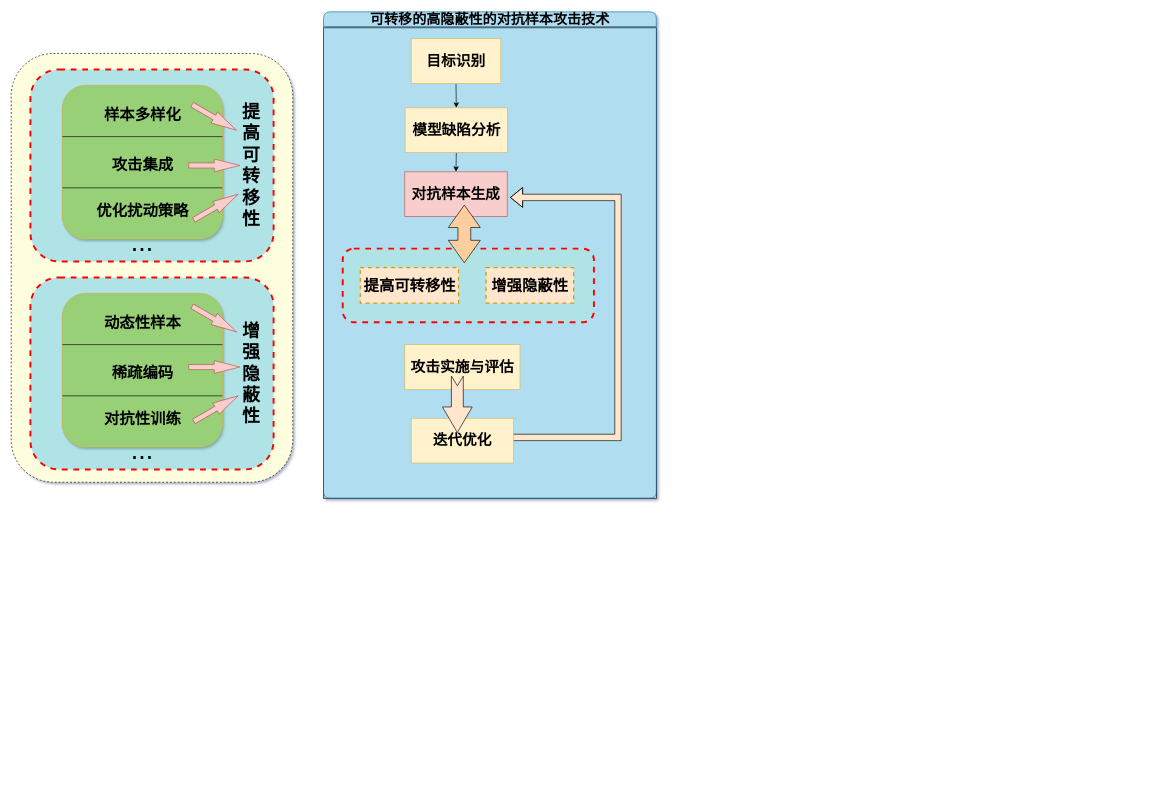
The draw.io diagram 对抗攻击.drawio in Stefan-Beauchamp/hello-world, before the edit. Source tidied: cells renumbered, new cells numbered last; positions are measured from the earlier drawing's top-left corner, leaving out a move shared by most shapes. Both pictures are drawn from the tidied source at 64%, with x=0, y=0 at pixel (11, 12).
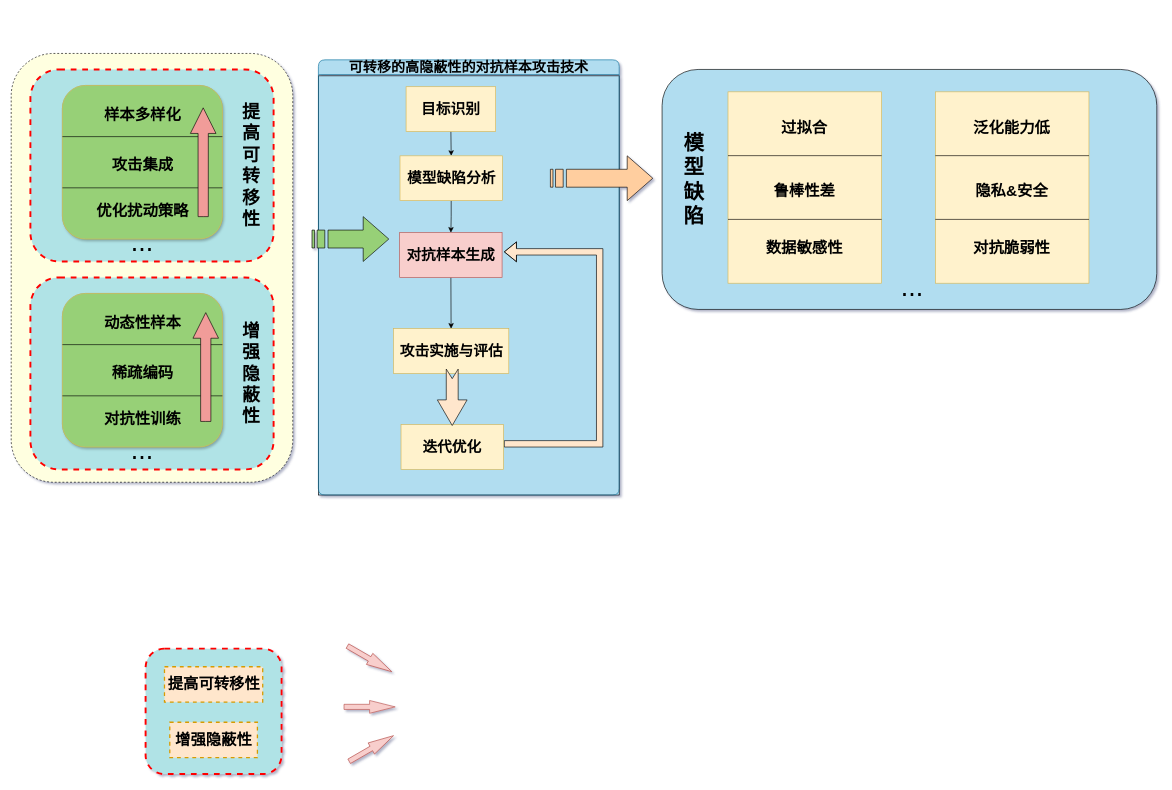
Above is the later version.

Commit message (it also covers changes not shown here):
更新对抗攻击.drawio

Unchanged cells that the change refers to:
```xml
<mxCell id="18" style="group;fillColor=#d5e8d4;strokeColor=#82b366;rounded=1;shadow=1;" parent="1" vertex="1">
  <mxGeometry x="80" y="115" width="250" height="240" as="geometry" />
</mxCell>
<mxCell id="30" style="group;fillColor=#d5e8d4;strokeColor=#82b366;rounded=1;shadow=1;" parent="1" vertex="1">
  <mxGeometry x="80" y="440" width="250" height="240" as="geometry" />
</mxCell>
```

Change to the diagram source:
```diff
@@
     <mxCell id="2" style="rounded=0;whiteSpace=wrap;html=1;fillColor=#B1DDF0;" parent="1" vertex="1">
-      <mxGeometry x="488" y="25" width="520" height="735" as="geometry" />
+      <mxGeometry x="480" y="100" width="470" height="655" as="geometry" />
     </mxCell>
     <mxCell id="3" value="&lt;font style=&quot;font-size: 22px;&quot;&gt;可转移的高隐蔽性的对抗样本攻击技术&lt;/font&gt;" style="swimlane;whiteSpace=wrap;html=1;fillColor=#B1DDF0;strokeColor=#10739e;swimlaneFillColor=none;rounded=1;labelBackgroundColor=none;" parent="1" vertex="1">
-      <mxGeometry x="488" width="520" height="760" as="geometry" />
+      <mxGeometry x="480" y="75" width="470" height="680" as="geometry" />
     </mxCell>
     <mxCell id="4" style="group;" parent="3" vertex="1">
-      <mxGeometry x="122.5" y="105" width="355.5" height="590" as="geometry" />
+      <mxGeometry x="122.5" y="105" width="407.5" height="590" as="geometry" />
     </mxCell>
@@
+    <mxCell id="46" style="rounded=0;jettySize=auto;html=1;exitX=0.5;exitY=1;exitDx=0;exitDy=0;" parent="4" edge="1" source="9" target="10">
+      <mxGeometry relative="1" as="geometry" />
+    </mxCell>
     <mxCell id="9" value="&lt;span style=&quot;font-size: 23px;&quot;&gt;&lt;b&gt;对抗样本生成&lt;/b&gt;&lt;/span&gt;" style="rounded=0;whiteSpace=wrap;html=1;fillColor=#f8cecc;strokeColor=#b85450;" parent="4" vertex="1">
-      <mxGeometry x="4.5" y="145" width="160" height="70" as="geometry" />
+      <mxGeometry x="4.5" y="165" width="160" height="70" as="geometry" />
     </mxCell>
     <mxCell id="10" value="&lt;span style=&quot;font-size: 23px;&quot;&gt;&lt;b&gt;攻击实施与评估&lt;/b&gt;&lt;/span&gt;" style="rounded=0;whiteSpace=wrap;html=1;fillColor=#fff2cc;strokeColor=#d6b656;" parent="4" vertex="1">
-      <mxGeometry x="4.5" y="415" width="180" height="70" as="geometry" />
+      <mxGeometry x="-5" y="315" width="180" height="70" as="geometry" />
     </mxCell>
     <mxCell id="11" style="edgeStyle=orthogonalEdgeStyle;rounded=0;orthogonalLoop=1;jettySize=auto;html=1;shape=flexArrow;fillColor=#FFE6CC;" parent="4" edge="1">
       <mxGeometry relative="1" as="geometry">
-        <mxPoint x="159.1" y="560" as="sourcePoint" />
-        <mxPoint x="169.1" y="185" as="targetPoint" />
+        <mxPoint x="167.5" y="495" as="sourcePoint" />
+        <mxPoint x="167.5" y="195" as="targetPoint" />
         <Array as="points">
-          <mxPoint x="337.6" y="560" />
-          <mxPoint x="337.6" y="185" />
-          <mxPoint x="146.6" y="185" />
+          <mxPoint x="168" y="495" />
+          <mxPoint x="317" y="495" />
+          <mxPoint x="317" y="195" />
         </Array>
       </mxGeometry>
     </mxCell>
     <mxCell id="12" value="&lt;span style=&quot;font-size: 23px;&quot;&gt;&lt;b&gt;迭代优化&lt;/b&gt;&lt;/span&gt;" style="rounded=0;whiteSpace=wrap;html=1;fillColor=#fff2cc;strokeColor=#d6b656;" parent="4" vertex="1">
-      <mxGeometry x="14.5" y="530" width="160" height="70" as="geometry" />
+      <mxGeometry x="6.6" y="465" width="160" height="70" as="geometry" />
     </mxCell>
     <mxCell id="13" style="html=1;shadow=0;dashed=0;align=center;verticalAlign=middle;shape=mxgraph.arrows2.arrow;dy=0.6;dx=40;notch=15;rotation=90;fillColor=#FFE6CC;" parent="4" vertex="1">
-      <mxGeometry x="42.5" y="485" width="88.2" height="46.5" as="geometry" />
+      <mxGeometry x="42.5" y="399" width="88.2" height="46.5" as="geometry" />
     </mxCell>
+    <mxCell id="47" style="html=1;shadow=0;dashed=0;align=center;verticalAlign=middle;shape=mxgraph.arrows2.stripedArrow;dy=0.6;dx=40;notch=25;fillColor=#FFCE9F;" parent="4" vertex="1">
+      <mxGeometry x="240" y="45" width="160" height="70" as="geometry" />
+    </mxCell>
+    <mxCell id="48" style="html=1;shadow=0;dashed=0;align=center;verticalAlign=middle;shape=mxgraph.arrows2.stripedArrow;dy=0.6;dx=40;notch=25;fillColor=#97D077;" parent="3" vertex="1">
+      <mxGeometry x="-10" y="245" width="120" height="70" as="geometry" />
+    </mxCell>
@@
-    <mxCell id="25" style="html=1;shadow=0;dashed=0;align=center;verticalAlign=middle;shape=mxgraph.arrows2.arrow;dy=0.6;dx=40;direction=north;notch=0;fillColor=#f8cecc;strokeColor=#b85450;rotation=120;" parent="18" vertex="1">
-      <mxGeometry x="227.3" y="10" width="20" height="80" as="geometry" />
-    </mxCell>
-    <mxCell id="26" style="html=1;shadow=0;dashed=0;align=center;verticalAlign=middle;shape=mxgraph.arrows2.arrow;dy=0.6;dx=40;direction=north;notch=0;fillColor=#f8cecc;strokeColor=#b85450;rotation=90;" parent="18" vertex="1">
-      <mxGeometry x="227.3" y="85" width="20" height="80" as="geometry" />
-    </mxCell>
+    <mxCell id="49" style="html=1;shadow=0;dashed=0;align=center;verticalAlign=middle;shape=mxgraph.arrows2.arrow;dy=0.6;dx=40;direction=north;notch=0;fillColor=#F19C99;" parent="18" vertex="1">
+      <mxGeometry x="200" y="35" width="40" height="170" as="geometry" />
+    </mxCell>
@@
-    <mxCell id="37" style="html=1;shadow=0;dashed=0;align=center;verticalAlign=middle;shape=mxgraph.arrows2.arrow;dy=0.6;dx=40;direction=north;notch=0;fillColor=#f8cecc;strokeColor=#b85450;rotation=120;" parent="30" vertex="1">
-      <mxGeometry x="227.3" width="20" height="80" as="geometry" />
-    </mxCell>
-    <mxCell id="38" style="html=1;shadow=0;dashed=0;align=center;verticalAlign=middle;shape=mxgraph.arrows2.arrow;dy=0.6;dx=40;direction=north;notch=0;fillColor=#f8cecc;strokeColor=#b85450;rotation=90;" parent="30" vertex="1">
-      <mxGeometry x="227.3" y="75" width="20" height="80" as="geometry" />
-    </mxCell>
-    <mxCell id="39" style="html=1;shadow=0;dashed=0;align=center;verticalAlign=middle;shape=mxgraph.arrows2.arrow;dy=0.6;dx=40;direction=north;notch=0;fillColor=#f8cecc;strokeColor=#b85450;rotation=60;" parent="30" vertex="1">
-      <mxGeometry x="230" y="140" width="20" height="80" as="geometry" />
-    </mxCell>
-    <mxCell id="40" style="group;" parent="1" vertex="1">
-      <mxGeometry x="518" y="370" width="392.5" height="115" as="geometry" />
-    </mxCell>
+    <mxCell id="50" style="html=1;shadow=0;dashed=0;align=center;verticalAlign=middle;shape=mxgraph.arrows2.arrow;dy=0.6;dx=40;direction=north;notch=0;fillColor=#F19C99;" parent="30" vertex="1">
+      <mxGeometry x="204" y="30" width="40" height="170" as="geometry" />
+    </mxCell>
+    <mxCell id="51" style="group;" parent="1" vertex="1">
+      <mxGeometry x="210" y="995" width="212.5" height="196" as="geometry" />
+    </mxCell>
-    <mxCell id="41" style="rounded=1;whiteSpace=wrap;html=1;fillColor=#b0e3e6;strokeColor=#FF0000;dashed=1;strokeWidth=3;" parent="40" vertex="1">
-      <mxGeometry width="392.5" height="115" as="geometry" />
+    <mxCell id="41" style="rounded=1;whiteSpace=wrap;html=1;fillColor=#b0e3e6;strokeColor=#FF0000;dashed=1;strokeWidth=3;" parent="51" vertex="1">
+      <mxGeometry width="212.5" height="196" as="geometry" />
     </mxCell>
+    <mxCell id="43" value="&lt;p class=&quot;MsoNormal&quot;&gt;&lt;span style=&quot;font-family: 微软雅黑;&quot;&gt;&lt;b style=&quot;&quot;&gt;&lt;font style=&quot;font-size: 24px;&quot;&gt;增强隐蔽性&lt;/font&gt;&lt;/b&gt;&lt;/span&gt;&lt;/p&gt;" style="rounded=0;whiteSpace=wrap;html=1;fillColor=#ffe6cc;strokeColor=#d79b00;dashed=1;strokeWidth=2;" parent="51" vertex="1">
+      <mxGeometry x="37.8" y="115" width="136.9" height="55.4" as="geometry" />
+    </mxCell>
-    <mxCell id="42" value="&lt;p class=&quot;MsoNormal&quot;&gt;&lt;span style=&quot;font-family: 微软雅黑;&quot;&gt;&lt;b style=&quot;&quot;&gt;&lt;font style=&quot;font-size: 24px;&quot;&gt;提高可转移性&lt;/font&gt;&lt;/b&gt;&lt;/span&gt;&lt;/p&gt;" style="rounded=0;whiteSpace=wrap;html=1;fillColor=#ffe6cc;strokeColor=#d79b00;dashed=1;strokeWidth=2;" parent="40" vertex="1">
-      <mxGeometry x="27.5" y="29.8" width="153.5" height="55.4" as="geometry" />
+    <mxCell id="42" value="&lt;p class=&quot;MsoNormal&quot;&gt;&lt;span style=&quot;font-family: 微软雅黑;&quot;&gt;&lt;b style=&quot;&quot;&gt;&lt;font style=&quot;font-size: 24px;&quot;&gt;提高可转移性&lt;/font&gt;&lt;/b&gt;&lt;/span&gt;&lt;/p&gt;" style="rounded=0;whiteSpace=wrap;html=1;fillColor=#ffe6cc;strokeColor=#d79b00;dashed=1;strokeWidth=2;" parent="51" vertex="1">
+      <mxGeometry x="29.5" y="28.3" width="153.5" height="55.4" as="geometry" />
     </mxCell>
-    <mxCell id="43" value="&lt;p class=&quot;MsoNormal&quot;&gt;&lt;span style=&quot;font-family: 微软雅黑;&quot;&gt;&lt;b style=&quot;&quot;&gt;&lt;font style=&quot;font-size: 24px;&quot;&gt;增强隐蔽性&lt;/font&gt;&lt;/b&gt;&lt;/span&gt;&lt;/p&gt;" style="rounded=0;whiteSpace=wrap;html=1;fillColor=#ffe6cc;strokeColor=#d79b00;dashed=1;strokeWidth=2;" parent="40" vertex="1">
-      <mxGeometry x="223.9" y="29.8" width="136.9" height="55.4" as="geometry" />
-    </mxCell>
-    <mxCell id="44" style="html=1;shadow=0;dashed=0;align=center;verticalAlign=middle;shape=mxgraph.arrows2.twoWayArrow;dy=0.6;dx=35;rotation=90;fillColor=#FFCE9F;" parent="1" vertex="1">
-      <mxGeometry x="663" y="322" width="90" height="50" as="geometry" />
-    </mxCell>
-    <mxCell id="45" style="html=1;shadow=0;dashed=0;align=center;verticalAlign=middle;shape=mxgraph.arrows2.arrow;dy=0.6;dx=40;direction=north;notch=0;fillColor=#f8cecc;strokeColor=#b85450;rotation=60;" parent="1" vertex="1">
-      <mxGeometry x="310" y="265" width="20" height="80" as="geometry" />
-    </mxCell>
+    <mxCell id="52" style="rounded=1;whiteSpace=wrap;html=1;fillColor=#B1DDF0;" parent="1" vertex="1">
+      <mxGeometry x="1017" y="90" width="773" height="375" as="geometry" />
+    </mxCell>
+    <mxCell id="53" style="group;" parent="1" vertex="1">
+      <mxGeometry x="1120" y="125" width="240" height="299" as="geometry" />
+    </mxCell>
+    <mxCell id="54" style="rounded=0;whiteSpace=wrap;html=1;fillColor=#fff2cc;strokeColor=#d6b656;" parent="53" vertex="1">
+      <mxGeometry width="240" height="299" as="geometry" />
+    </mxCell>
+    <mxCell id="55" value="&lt;b&gt;&lt;font style=&quot;font-size: 24px;&quot;&gt;过拟合&lt;/font&gt;&lt;/b&gt;" style="text;html=1;align=center;verticalAlign=middle;whiteSpace=wrap;rounded=0;" parent="53" vertex="1">
+      <mxGeometry x="31.4" y="24.9" width="177.1" height="64.1" as="geometry" />
+    </mxCell>
+    <mxCell id="56" value="&lt;b&gt;&lt;font style=&quot;font-size: 24px;&quot;&gt;数据敏感性&lt;/font&gt;&lt;/b&gt;" style="text;html=1;align=center;verticalAlign=middle;whiteSpace=wrap;rounded=0;" parent="53" vertex="1">
+      <mxGeometry x="31.4" y="211.8" width="177.1" height="64.1" as="geometry" />
+    </mxCell>
+    <mxCell id="57" style="rounded=0;orthogonalLoop=1;jettySize=auto;html=1;exitX=0;exitY=0.75;exitDx=0;exitDy=0;entryX=1;entryY=0.75;entryDx=0;entryDy=0;endArrow=none;endFill=0;" parent="53" edge="1">
+      <mxGeometry relative="1" as="geometry">
+        <mxPoint y="199.3" as="sourcePoint" />
+        <mxPoint x="240" y="199.3" as="targetPoint" />
+      </mxGeometry>
+    </mxCell>
+    <mxCell id="58" style="rounded=0;orthogonalLoop=1;jettySize=auto;html=1;exitX=0;exitY=0.25;exitDx=0;exitDy=0;entryX=1;entryY=0.25;entryDx=0;entryDy=0;endArrow=none;endFill=0;" parent="53" edge="1">
+      <mxGeometry relative="1" as="geometry">
+        <mxPoint y="99.7" as="sourcePoint" />
+        <mxPoint x="240" y="99.7" as="targetPoint" />
+      </mxGeometry>
+    </mxCell>
+    <mxCell id="59" value="&lt;b&gt;&lt;font style=&quot;font-size: 24px;&quot;&gt;鲁棒性差&lt;/font&gt;&lt;/b&gt;" style="text;html=1;align=center;verticalAlign=middle;whiteSpace=wrap;rounded=0;" parent="53" vertex="1">
+      <mxGeometry x="31.4" y="137" width="177.1" height="37.4" as="geometry" />
+    </mxCell>
+    <mxCell id="60" style="group;" parent="1" vertex="1">
+      <mxGeometry x="1444" y="125" width="240" height="299" as="geometry" />
+    </mxCell>
+    <mxCell id="61" style="rounded=0;whiteSpace=wrap;html=1;fillColor=#fff2cc;strokeColor=#d6b656;" parent="60" vertex="1">
+      <mxGeometry width="240" height="299" as="geometry" />
+    </mxCell>
+    <mxCell id="62" value="&lt;b style=&quot;font-size: 24px;&quot;&gt;泛化能力低&lt;/b&gt;" style="text;html=1;align=center;verticalAlign=middle;whiteSpace=wrap;rounded=0;" parent="60" vertex="1">
+      <mxGeometry x="31.4" y="24.9" width="177.1" height="64.1" as="geometry" />
+    </mxCell>
+    <mxCell id="63" value="&lt;b&gt;&lt;font style=&quot;font-size: 24px;&quot;&gt;对抗脆弱性&lt;/font&gt;&lt;/b&gt;" style="text;html=1;align=center;verticalAlign=middle;whiteSpace=wrap;rounded=0;" parent="60" vertex="1">
+      <mxGeometry x="31.4" y="211.8" width="177.1" height="64.1" as="geometry" />
+    </mxCell>
+    <mxCell id="64" style="rounded=0;orthogonalLoop=1;jettySize=auto;html=1;exitX=0;exitY=0.75;exitDx=0;exitDy=0;entryX=1;entryY=0.75;entryDx=0;entryDy=0;endArrow=none;endFill=0;" parent="60" edge="1">
+      <mxGeometry relative="1" as="geometry">
+        <mxPoint y="199.3" as="sourcePoint" />
+        <mxPoint x="240" y="199.3" as="targetPoint" />
+      </mxGeometry>
+    </mxCell>
+    <mxCell id="65" style="rounded=0;orthogonalLoop=1;jettySize=auto;html=1;exitX=0;exitY=0.25;exitDx=0;exitDy=0;entryX=1;entryY=0.25;entryDx=0;entryDy=0;endArrow=none;endFill=0;" parent="60" edge="1">
+      <mxGeometry relative="1" as="geometry">
+        <mxPoint y="99.7" as="sourcePoint" />
+        <mxPoint x="240" y="99.7" as="targetPoint" />
+      </mxGeometry>
+    </mxCell>
+    <mxCell id="66" value="&lt;b style=&quot;font-size: 24px;&quot;&gt;隐私&amp;amp;安全&lt;/b&gt;" style="text;html=1;align=center;verticalAlign=middle;whiteSpace=wrap;rounded=0;" parent="60" vertex="1">
+      <mxGeometry x="31.4" y="137" width="177.1" height="37.4" as="geometry" />
+    </mxCell>
+    <mxCell id="67" value="&lt;font style=&quot;font-size: 42px;&quot;&gt;...&lt;/font&gt;" style="text;html=1;align=center;verticalAlign=middle;whiteSpace=wrap;rounded=0;" parent="1" vertex="1">
+      <mxGeometry x="1378" y="415" width="60" height="30" as="geometry" />
+    </mxCell>
+    <mxCell id="68" value="&lt;b style=&quot;&quot;&gt;&lt;font style=&quot;font-size: 32px;&quot;&gt;模型缺陷&lt;/font&gt;&lt;/b&gt;" style="text;html=1;align=center;verticalAlign=middle;whiteSpace=wrap;rounded=0;" parent="1" vertex="1">
+      <mxGeometry x="1052" y="146.5" width="30" height="230" as="geometry" />
+    </mxCell>
+    <mxCell id="69" style="html=1;shadow=0;dashed=0;align=center;verticalAlign=middle;shape=mxgraph.arrows2.arrow;dy=0.6;dx=40;direction=north;notch=0;fillColor=#f8cecc;strokeColor=#b85450;rotation=120;" parent="1" vertex="1">
+      <mxGeometry x="550" y="971" width="20" height="80" as="geometry" />
+    </mxCell>
+    <mxCell id="70" style="html=1;shadow=0;dashed=0;align=center;verticalAlign=middle;shape=mxgraph.arrows2.arrow;dy=0.6;dx=40;direction=north;notch=0;fillColor=#f8cecc;strokeColor=#b85450;rotation=90;" parent="1" vertex="1">
+      <mxGeometry x="550" y="1046" width="20" height="80" as="geometry" />
+    </mxCell>
+    <mxCell id="71" style="html=1;shadow=0;dashed=0;align=center;verticalAlign=middle;shape=mxgraph.arrows2.arrow;dy=0.6;dx=40;direction=north;notch=0;fillColor=#f8cecc;strokeColor=#b85450;rotation=60;" parent="1" vertex="1">
+      <mxGeometry x="552.7" y="1111" width="20" height="80" as="geometry" />
+    </mxCell>
```
